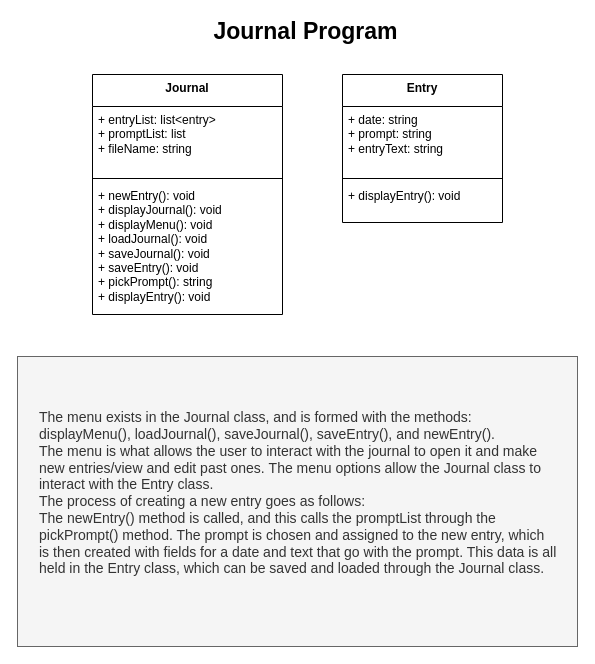
KayleeWild/cse210 keeps this draw.io diagram as Journal.drawio. Above is the earlier version. Source tidied: cells renumbered, new cells numbered last; positions are measured from the earlier drawing's top-left corner, leaving out a move shared by most shapes. Both pictures are drawn from the tidied source at 100%, with x=0, y=0 at pixel (17, 26).
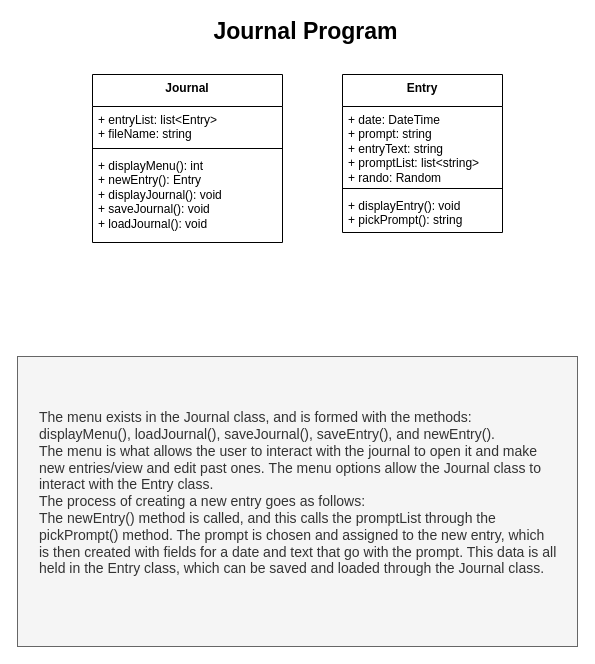
The same diagram, later.

Commit message (it also covers changes not shown here):
completed journal assignment

Change to the diagram source:
```diff
@@
 <mxGraphModel>
   <root>
     <mxCell id="0" />
     <mxCell id="1" parent="0" />
     <mxCell id="2" value="&lt;font style=&quot;font-size: 23px;&quot;&gt;Journal Program&lt;/font&gt;" style="text;align=center;fontStyle=1;verticalAlign=middle;spacingLeft=3;spacingRight=3;strokeColor=none;html=1;" parent="1" vertex="1">
       <mxGeometry x="35" width="505" height="10" as="geometry" />
     </mxCell>
     <mxCell id="3" value="Entry" style="swimlane;fontStyle=1;align=center;verticalAlign=top;horizontal=1;startSize=32;whiteSpace=wrap;html=1;" parent="1" vertex="1">
-      <mxGeometry x="325" y="48" width="160" height="148" as="geometry" />
+      <mxGeometry x="325" y="48" width="160" height="158" as="geometry" />
     </mxCell>
-    <mxCell id="4" value="&lt;div&gt;+ date: string&lt;/div&gt;&lt;div&gt;+ prompt: string&lt;/div&gt;&lt;div&gt;+ entryText: string&lt;/div&gt;&lt;div&gt;&lt;br&gt;&lt;/div&gt;" style="text;strokeColor=none;fillColor=none;align=left;verticalAlign=top;spacingLeft=4;spacingRight=4;overflow=hidden;points=[[0,0.5],[1,0.5]];portConstraint=eastwest;whiteSpace=wrap;html=1;" parent="3" vertex="1">
-      <mxGeometry y="32" width="160" height="68" as="geometry" />
+    <mxCell id="4" value="&lt;div&gt;+ date: DateTime&lt;/div&gt;&lt;div&gt;+ prompt: string&lt;/div&gt;&lt;div&gt;+ entryText: string&lt;/div&gt;&lt;div&gt;&lt;div&gt;+ promptList: list&amp;lt;string&amp;gt;&lt;/div&gt;&lt;/div&gt;&lt;div&gt;+ rando: Random&lt;/div&gt;&lt;div&gt;&lt;br&gt;&lt;/div&gt;&lt;div&gt;&lt;br&gt;&lt;/div&gt;" style="text;strokeColor=none;fillColor=none;align=left;verticalAlign=top;spacingLeft=4;spacingRight=4;overflow=hidden;points=[[0,0.5],[1,0.5]];portConstraint=eastwest;whiteSpace=wrap;html=1;" parent="3" vertex="1">
+      <mxGeometry y="32" width="160" height="78" as="geometry" />
     </mxCell>
     <mxCell id="5" style="line;strokeWidth=1;fillColor=none;align=left;verticalAlign=middle;spacingTop=-1;spacingLeft=3;spacingRight=3;labelPosition=right;strokeColor=inherit;" parent="3" vertex="1">
-      <mxGeometry y="100" width="160" height="8" as="geometry" />
+      <mxGeometry y="110" width="160" height="8" as="geometry" />
     </mxCell>
-    <mxCell id="6" value="+ displayEntry(): void&lt;div&gt;&lt;br&gt;&lt;/div&gt;&lt;div&gt;&lt;br&gt;&lt;/div&gt;" style="text;strokeColor=none;fillColor=none;align=left;verticalAlign=top;spacingLeft=4;spacingRight=4;overflow=hidden;whiteSpace=wrap;html=1;" parent="3" vertex="1">
-      <mxGeometry y="108" width="160" height="40" as="geometry" />
+    <mxCell id="6" value="+ displayEntry(): void&lt;div&gt;&lt;div&gt;+ pickPrompt(): string&lt;/div&gt;&lt;/div&gt;" style="text;strokeColor=none;fillColor=none;align=left;verticalAlign=top;spacingLeft=4;spacingRight=4;overflow=hidden;whiteSpace=wrap;html=1;" parent="3" vertex="1">
+      <mxGeometry y="118" width="160" height="40" as="geometry" />
     </mxCell>
     <mxCell id="7" style="edgeStyle=orthogonalEdgeStyle;rounded=0;orthogonalLoop=1;jettySize=auto;html=1;exitX=1;exitY=0.5;exitDx=0;exitDy=0;" parent="3" edge="1" source="4" target="4">
       <mxGeometry relative="1" as="geometry" />
     </mxCell>
     <mxCell id="8" value="Journal" style="swimlane;fontStyle=1;align=center;verticalAlign=top;horizontal=1;startSize=32;whiteSpace=wrap;html=1;" parent="1" vertex="1">
-      <mxGeometry x="75" y="48" width="190" height="240" as="geometry" />
+      <mxGeometry x="75" y="48" width="190" height="168" as="geometry" />
     </mxCell>
-    <mxCell id="9" value="+ entryList: list&amp;lt;entry&amp;gt;&lt;div&gt;+ promptList: list&lt;/div&gt;&lt;div&gt;+ fileName: string&lt;/div&gt;" style="text;strokeColor=none;fillColor=none;align=left;verticalAlign=top;spacingLeft=4;spacingRight=4;overflow=hidden;whiteSpace=wrap;html=1;" parent="8" vertex="1">
-      <mxGeometry y="32" width="190" height="68" as="geometry" />
+    <mxCell id="9" value="+ entryList: list&amp;lt;Entry&amp;gt;&lt;div&gt;&lt;span style=&quot;background-color: initial;&quot;&gt;+ fileName: string&lt;/span&gt;&lt;br&gt;&lt;/div&gt;" style="text;strokeColor=none;fillColor=none;align=left;verticalAlign=top;spacingLeft=4;spacingRight=4;overflow=hidden;whiteSpace=wrap;html=1;" parent="8" vertex="1">
+      <mxGeometry y="32" width="190" height="38" as="geometry" />
     </mxCell>
     <mxCell id="10" style="line;strokeWidth=1;fillColor=none;align=left;verticalAlign=middle;spacingTop=-1;spacingLeft=3;spacingRight=3;labelPosition=right;strokeColor=inherit;" parent="8" vertex="1">
-      <mxGeometry y="100" width="190" height="8" as="geometry" />
+      <mxGeometry y="70" width="190" height="8" as="geometry" />
     </mxCell>
-    <mxCell id="11" value="+ newEntry(): void&lt;div&gt;+ displayJournal(): void&lt;/div&gt;&lt;div&gt;+ displayMenu(): void&lt;/div&gt;&lt;div&gt;&lt;span style=&quot;background-color: initial;&quot;&gt;+ loadJournal(): void&lt;/span&gt;&lt;br&gt;&lt;/div&gt;&lt;div&gt;&lt;span style=&quot;background-color: initial;&quot;&gt;+ saveJournal(): void&lt;/span&gt;&lt;/div&gt;&lt;div&gt;&lt;div&gt;+ saveEntry(): void&lt;/div&gt;&lt;div&gt;+ pickPrompt(): string&lt;/div&gt;&lt;/div&gt;&lt;div&gt;+ displayEntry(): void&lt;/div&gt;" style="text;strokeColor=none;fillColor=none;align=left;verticalAlign=top;spacingLeft=4;spacingRight=4;overflow=hidden;whiteSpace=wrap;html=1;" parent="8" vertex="1">
-      <mxGeometry y="108" width="190" height="132" as="geometry" />
+    <mxCell id="11" value="&lt;div&gt;+ displayMenu(): int&lt;/div&gt;+ newEntry(): Entry&lt;div&gt;+ displayJournal(): void&lt;/div&gt;&lt;div&gt;&lt;span style=&quot;background-color: initial;&quot;&gt;+ saveJournal(): void&lt;/span&gt;&lt;/div&gt;&lt;div&gt;&lt;span style=&quot;background-color: initial;&quot;&gt;+ loadJournal(): void&lt;/span&gt;&lt;/div&gt;" style="text;strokeColor=none;fillColor=none;align=left;verticalAlign=top;spacingLeft=4;spacingRight=4;overflow=hidden;whiteSpace=wrap;html=1;" parent="8" vertex="1">
+      <mxGeometry y="78" width="190" height="90" as="geometry" />
     </mxCell>
     <mxCell id="12" value="&lt;font style=&quot;font-size: 14px;&quot;&gt;The menu exists in the Journal class, and is formed with the methods: displayMenu(), loadJournal(), saveJournal(), saveEntry(), and newEntry().&lt;/font&gt;&lt;div&gt;&lt;font style=&quot;font-size: 14px;&quot;&gt;The menu is what allows the user to interact with the journal to open it and make new entries/view and edit past ones.&amp;nbsp;&lt;/font&gt;&lt;span style=&quot;font-size: 14px; background-color: initial;&quot;&gt;The menu options allow the Journal class to interact with the Entry class.&lt;/span&gt;&lt;/div&gt;&lt;div&gt;&lt;span style=&quot;font-size: 14px; background-color: initial;&quot;&gt;The process of creating a new entry goes as follows:&lt;/span&gt;&lt;/div&gt;&lt;div&gt;&lt;span style=&quot;font-size: 14px;&quot;&gt;The newEntry() method is called, and this calls the promptList through the pickPrompt() method. The prompt is chosen and assigned to the new entry, which is then created with fields for a date and text that go with the prompt. This data is all held in the Entry class, which can be saved and loaded through the Journal class.&lt;/span&gt;&lt;/div&gt;&lt;div&gt;&lt;font style=&quot;font-size: 14px;&quot;&gt;&lt;br&gt;&lt;/font&gt;&lt;/div&gt;" style="text;align=left;html=1;verticalAlign=middle;rounded=0;strokeWidth=1;strokeColor=#666666;fillColor=#f5f5f5;fontColor=#333333;whiteSpace=wrap;spacingLeft=20;spacingRight=20;" parent="1" vertex="1">
       <mxGeometry y="330" width="560" height="290" as="geometry" />
     </mxCell>
   </root>
 </mxGraphModel>
```
